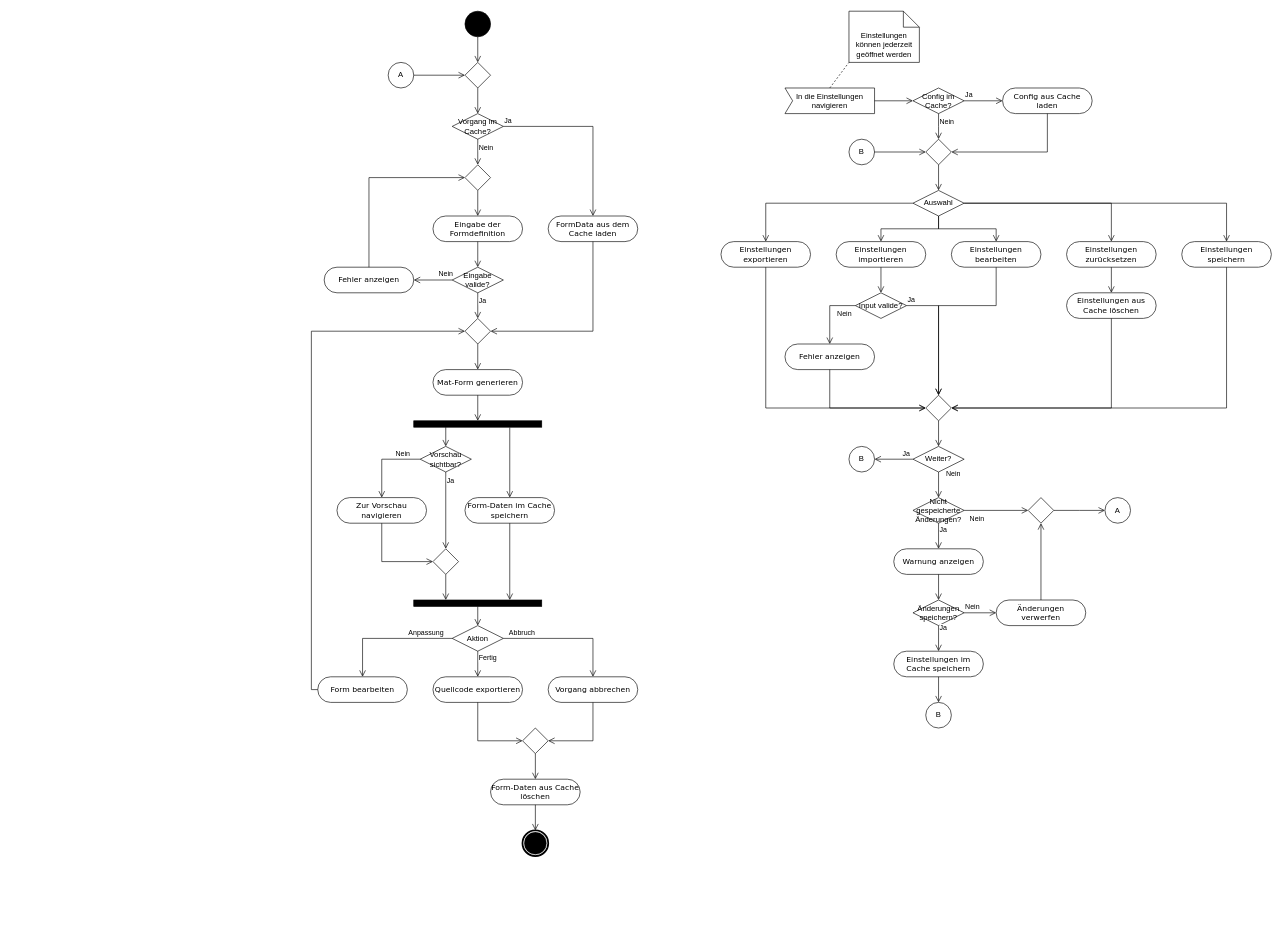
This is resources/Aktivitätsdiagramm.drawio from IfSince/major-project-resources, a draw.io file, before an edit. Source tidied: cells renumbered, new cells numbered last; positions are measured from the earlier drawing's top-left corner, leaving out a move shared by most shapes. Both pictures are drawn from the tidied source at 64%, with x=0, y=0 at pixel (317, 11).
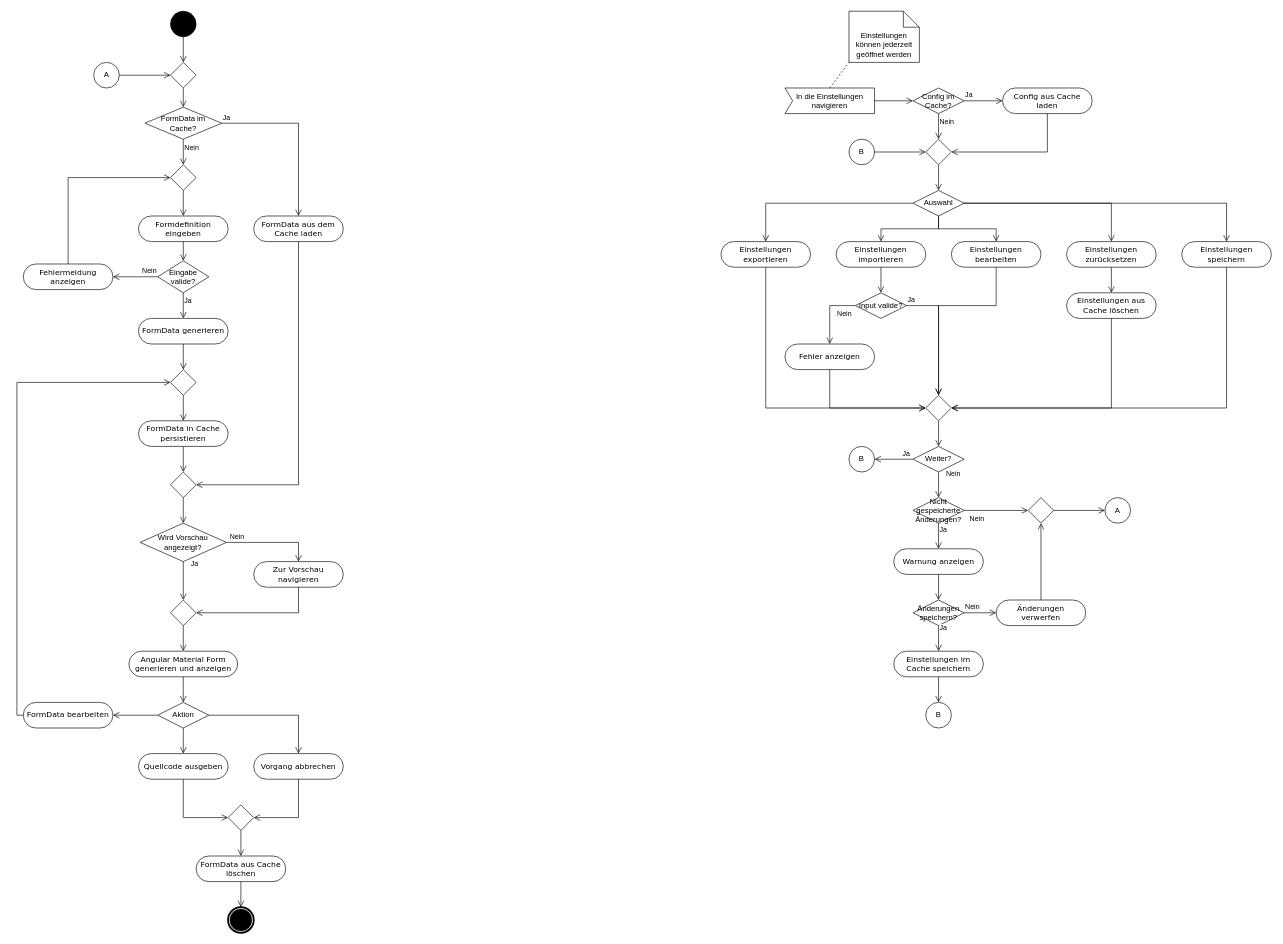
The same page after the edit.

Change to the diagram source:
```diff
@@
     <mxCell id="2" style="ellipse;whiteSpace=wrap;html=1;rounded=0;shadow=0;comic=0;labelBackgroundColor=none;strokeWidth=1;fillColor=#000000;fontFamily=Verdana;fontSize=12;align=center;" parent="1" vertex="1">
-      <mxGeometry x="230" width="40" height="40" as="geometry" />
+      <mxGeometry x="-230.1" width="40" height="40" as="geometry" />
     </mxCell>
-    <mxCell id="3" value="Vorgang im Cache?" style="rhombus;whiteSpace=wrap;html=1;" parent="1" vertex="1">
-      <mxGeometry x="210" y="160" width="80" height="40" as="geometry" />
+    <mxCell id="3" value="FormData im&lt;div&gt;Cache?&lt;/div&gt;" style="rhombus;whiteSpace=wrap;html=1;" parent="1" vertex="1">
+      <mxGeometry x="-270.1" y="150" width="120" height="50" as="geometry" />
     </mxCell>
@@
-    <mxCell id="7" value="Eingabe der Formdefinition" style="rounded=1;whiteSpace=wrap;html=1;shadow=0;comic=0;labelBackgroundColor=none;strokeWidth=1;fontFamily=Verdana;fontSize=12;align=center;arcSize=50;" parent="1" vertex="1">
-      <mxGeometry x="180" y="320" width="140" height="40" as="geometry" />
+    <mxCell id="7" value="Formdefinition eingeben" style="rounded=1;whiteSpace=wrap;html=1;shadow=0;comic=0;labelBackgroundColor=none;strokeWidth=1;fontFamily=Verdana;fontSize=12;align=center;arcSize=50;" parent="1" vertex="1">
+      <mxGeometry x="-280.1" y="320" width="140" height="40" as="geometry" />
     </mxCell>
     <mxCell id="8" value="FormData aus dem Cache laden" style="rounded=1;whiteSpace=wrap;html=1;shadow=0;comic=0;labelBackgroundColor=none;strokeWidth=1;fontFamily=Verdana;fontSize=12;align=center;arcSize=50;" parent="1" vertex="1">
-      <mxGeometry x="360" y="320" width="140" height="40" as="geometry" />
+      <mxGeometry x="-100.1" y="320" width="140" height="40" as="geometry" />
     </mxCell>
     <mxCell id="9" value="Eingabe valide?" style="rhombus;whiteSpace=wrap;html=1;" parent="1" vertex="1">
-      <mxGeometry x="210" y="400" width="80" height="40" as="geometry" />
+      <mxGeometry x="-250.1" y="390" width="80" height="50" as="geometry" />
     </mxCell>
@@
-    <mxCell id="11" value="Ja" style="edgeStyle=orthogonalEdgeStyle;html=1;align=left;verticalAlign=top;endArrow=open;endSize=8;strokeColor=#000000;rounded=0;" parent="1" edge="1" source="9" target="17">
+    <mxCell id="11" value="Ja" style="edgeStyle=orthogonalEdgeStyle;html=1;align=left;verticalAlign=top;endArrow=open;endSize=8;strokeColor=#000000;rounded=0;" parent="1" edge="1" source="9" target="118">
       <mxGeometry x="-1" relative="1" as="geometry" />
     </mxCell>
@@
-    <mxCell id="13" value="Fehler anzeigen" style="rounded=1;whiteSpace=wrap;html=1;shadow=0;comic=0;labelBackgroundColor=none;strokeWidth=1;fontFamily=Verdana;fontSize=12;align=center;arcSize=50;" parent="1" vertex="1">
-      <mxGeometry x="10" y="400" width="140" height="40" as="geometry" />
+    <mxCell id="13" value="Fehlermeldung anzeigen" style="rounded=1;whiteSpace=wrap;html=1;shadow=0;comic=0;labelBackgroundColor=none;strokeWidth=1;fontFamily=Verdana;fontSize=12;align=center;arcSize=50;" parent="1" vertex="1">
+      <mxGeometry x="-460.1" y="395" width="140" height="40" as="geometry" />
     </mxCell>
     <mxCell id="14" style="rhombus;whiteSpace=wrap;html=1;" parent="1" vertex="1">
-      <mxGeometry x="230" y="240" width="40" height="40" as="geometry" />
+      <mxGeometry x="-230.1" y="240" width="40" height="40" as="geometry" />
     </mxCell>
@@
-    <mxCell id="17" style="rhombus;whiteSpace=wrap;html=1;" parent="1" vertex="1">
-      <mxGeometry x="230" y="480" width="40" height="40" as="geometry" />
-    </mxCell>
-    <mxCell id="18" value="Mat-Form generieren" style="rounded=1;whiteSpace=wrap;html=1;shadow=0;comic=0;labelBackgroundColor=none;strokeWidth=1;fontFamily=Verdana;fontSize=12;align=center;arcSize=50;" parent="1" vertex="1">
-      <mxGeometry x="180" y="560" width="140" height="40" as="geometry" />
+    <mxCell id="18" value="Angular Material Form generieren und anzeigen" style="rounded=1;whiteSpace=wrap;html=1;shadow=0;comic=0;labelBackgroundColor=none;strokeWidth=1;fontFamily=Verdana;fontSize=12;align=center;arcSize=50;" parent="1" vertex="1">
+      <mxGeometry x="-295.1" y="1000" width="169.9" height="40" as="geometry" />
     </mxCell>
-    <mxCell id="19" style="edgeStyle=orthogonalEdgeStyle;html=1;align=left;verticalAlign=bottom;endArrow=open;endSize=8;strokeColor=#000000;rounded=0;exitX=0.5;exitY=1;exitDx=0;exitDy=0;entryX=0.5;entryY=0;entryDx=0;entryDy=0;" parent="1" edge="1" source="17" target="18">
-      <mxGeometry x="-1" relative="1" as="geometry" />
-    </mxCell>
-    <mxCell id="20" style="edgeStyle=orthogonalEdgeStyle;html=1;align=left;verticalAlign=bottom;endArrow=open;endSize=8;strokeColor=#000000;rounded=0;exitX=0.5;exitY=1;exitDx=0;exitDy=0;entryX=1;entryY=0.5;entryDx=0;entryDy=0;" parent="1" edge="1" source="8" target="17">
+    <mxCell id="20" style="edgeStyle=orthogonalEdgeStyle;html=1;align=left;verticalAlign=bottom;endArrow=open;endSize=8;strokeColor=#000000;rounded=0;exitX=0.5;exitY=1;exitDx=0;exitDy=0;entryX=1;entryY=0.5;entryDx=0;entryDy=0;" parent="1" edge="1" source="8" target="121">
       <mxGeometry x="-1" relative="1" as="geometry" />
     </mxCell>
-    <mxCell id="21" style="whiteSpace=wrap;html=1;rounded=0;shadow=0;comic=0;labelBackgroundColor=none;strokeWidth=1;fillColor=#000000;fontFamily=Verdana;fontSize=12;align=center;rotation=0;" parent="1" vertex="1">
-      <mxGeometry x="150" y="640" width="200" height="10" as="geometry" />
-    </mxCell>
-    <mxCell id="22" style="edgeStyle=orthogonalEdgeStyle;html=1;align=left;verticalAlign=bottom;endArrow=open;endSize=8;strokeColor=#000000;rounded=0;exitX=0.75;exitY=1.044;exitDx=0;exitDy=0;exitPerimeter=0;entryX=0.5;entryY=0;entryDx=0;entryDy=0;" parent="1" edge="1" source="21" target="25">
-      <mxGeometry x="-1" relative="1" as="geometry" />
-    </mxCell>
-    <mxCell id="23" style="edgeStyle=orthogonalEdgeStyle;html=1;align=left;verticalAlign=bottom;endArrow=open;endSize=8;strokeColor=#000000;rounded=0;exitX=0.5;exitY=1;exitDx=0;exitDy=0;entryX=0.5;entryY=0;entryDx=0;entryDy=0;" parent="1" edge="1" source="18" target="21">
-      <mxGeometry x="-1" relative="1" as="geometry" />
-    </mxCell>
-    <mxCell id="24" value="Zur Vorschau navigieren" style="rounded=1;whiteSpace=wrap;html=1;shadow=0;comic=0;labelBackgroundColor=none;strokeWidth=1;fontFamily=Verdana;fontSize=12;align=center;arcSize=50;" parent="1" vertex="1">
-      <mxGeometry x="30" y="760" width="140" height="40" as="geometry" />
-    </mxCell>
-    <mxCell id="25" value="Form-Daten im Cache speichern" style="rounded=1;whiteSpace=wrap;html=1;shadow=0;comic=0;labelBackgroundColor=none;strokeWidth=1;fontFamily=Verdana;fontSize=12;align=center;arcSize=50;" parent="1" vertex="1">
-      <mxGeometry x="230" y="760" width="140" height="40" as="geometry" />
-    </mxCell>
-    <mxCell id="26" style="whiteSpace=wrap;html=1;rounded=0;shadow=0;comic=0;labelBackgroundColor=none;strokeWidth=1;fillColor=#000000;fontFamily=Verdana;fontSize=12;align=center;rotation=0;" parent="1" vertex="1">
-      <mxGeometry x="150" y="920" width="200" height="10" as="geometry" />
-    </mxCell>
-    <mxCell id="27" style="edgeStyle=orthogonalEdgeStyle;html=1;align=left;verticalAlign=bottom;endArrow=open;endSize=8;strokeColor=#000000;rounded=0;exitX=0.5;exitY=1;exitDx=0;exitDy=0;" parent="1" edge="1" source="26" target="29">
-      <mxGeometry x="-1" relative="1" as="geometry" />
-    </mxCell>
-    <mxCell id="28" style="edgeStyle=orthogonalEdgeStyle;html=1;align=left;verticalAlign=bottom;endArrow=open;endSize=8;strokeColor=#000000;rounded=0;exitX=0.5;exitY=1;exitDx=0;exitDy=0;entryX=0.75;entryY=0;entryDx=0;entryDy=0;" parent="1" edge="1" source="25" target="26">
-      <mxGeometry x="-1" relative="1" as="geometry" />
-    </mxCell>
     <mxCell id="29" value="Aktion" style="rhombus;whiteSpace=wrap;html=1;" parent="1" vertex="1">
-      <mxGeometry x="210" y="960" width="80" height="40" as="geometry" />
+      <mxGeometry x="-250.1" y="1080" width="80" height="40" as="geometry" />
     </mxCell>
     <mxCell id="30" value="A" style="ellipse;whiteSpace=wrap;html=1;" parent="1" vertex="1">
-      <mxGeometry x="110" y="80" width="40" height="40" as="geometry" />
+      <mxGeometry x="-350.1" y="80" width="40" height="40" as="geometry" />
     </mxCell>
@@
-    <mxCell id="32" value="Form bearbeiten" style="rounded=1;whiteSpace=wrap;html=1;shadow=0;comic=0;labelBackgroundColor=none;strokeWidth=1;fontFamily=Verdana;fontSize=12;align=center;arcSize=50;" parent="1" vertex="1">
-      <mxGeometry y="1040" width="140" height="40" as="geometry" />
+    <mxCell id="32" value="FormData bearbeiten" style="rounded=1;whiteSpace=wrap;html=1;shadow=0;comic=0;labelBackgroundColor=none;strokeWidth=1;fontFamily=Verdana;fontSize=12;align=center;arcSize=50;" parent="1" vertex="1">
+      <mxGeometry x="-460.1" y="1080" width="140" height="40" as="geometry" />
     </mxCell>
-    <mxCell id="33" value="Quellcode exportieren" style="rounded=1;whiteSpace=wrap;html=1;shadow=0;comic=0;labelBackgroundColor=none;strokeWidth=1;fontFamily=Verdana;fontSize=12;align=center;arcSize=50;" parent="1" vertex="1">
-      <mxGeometry x="180" y="1040" width="140" height="40" as="geometry" />
+    <mxCell id="33" value="Quellcode ausgeben" style="rounded=1;whiteSpace=wrap;html=1;shadow=0;comic=0;labelBackgroundColor=none;strokeWidth=1;fontFamily=Verdana;fontSize=12;align=center;arcSize=50;" parent="1" vertex="1">
+      <mxGeometry x="-280.1" y="1160" width="140" height="40" as="geometry" />
     </mxCell>
     <mxCell id="34" value="Vorgang abbrechen" style="rounded=1;whiteSpace=wrap;html=1;shadow=0;comic=0;labelBackgroundColor=none;strokeWidth=1;fontFamily=Verdana;fontSize=12;align=center;arcSize=50;" parent="1" vertex="1">
-      <mxGeometry x="360" y="1040" width="140" height="40" as="geometry" />
+      <mxGeometry x="-100.1" y="1160" width="140" height="40" as="geometry" />
     </mxCell>
-    <mxCell id="35" value="Form-Daten aus Cache löschen" style="rounded=1;whiteSpace=wrap;html=1;shadow=0;comic=0;labelBackgroundColor=none;strokeWidth=1;fontFamily=Verdana;fontSize=12;align=center;arcSize=50;" parent="1" vertex="1">
-      <mxGeometry x="270" y="1200" width="140" height="40" as="geometry" />
+    <mxCell id="35" value="FormData aus Cache löschen" style="rounded=1;whiteSpace=wrap;html=1;shadow=0;comic=0;labelBackgroundColor=none;strokeWidth=1;fontFamily=Verdana;fontSize=12;align=center;arcSize=50;" parent="1" vertex="1">
+      <mxGeometry x="-190.1" y="1320" width="140" height="40" as="geometry" />
     </mxCell>
@@
-    <mxCell id="38" value="Fertig" style="edgeStyle=orthogonalEdgeStyle;html=1;align=left;verticalAlign=bottom;endArrow=open;endSize=8;strokeColor=#000000;rounded=0;entryX=0.5;entryY=0;entryDx=0;entryDy=0;exitX=0.5;exitY=1;exitDx=0;exitDy=0;" parent="1" edge="1" source="29" target="33">
+    <mxCell id="38" style="edgeStyle=orthogonalEdgeStyle;html=1;align=left;verticalAlign=bottom;endArrow=open;endSize=8;strokeColor=#000000;rounded=0;entryX=0.5;entryY=0;entryDx=0;entryDy=0;exitX=0.5;exitY=1;exitDx=0;exitDy=0;" parent="1" edge="1" source="29" target="33">
       <mxGeometry relative="1" as="geometry" />
     </mxCell>
-    <mxCell id="39" value="Anpassung" style="edgeStyle=orthogonalEdgeStyle;html=1;align=left;verticalAlign=bottom;endArrow=open;endSize=8;strokeColor=#000000;rounded=0;entryX=0.5;entryY=0;entryDx=0;entryDy=0;exitX=0;exitY=0.5;exitDx=0;exitDy=0;" parent="1" edge="1" source="29" target="32">
-      <mxGeometry x="-0.3" relative="1" as="geometry" />
+    <mxCell id="39" style="edgeStyle=orthogonalEdgeStyle;html=1;align=left;verticalAlign=bottom;endArrow=open;endSize=8;strokeColor=#000000;rounded=0;entryX=1;entryY=0.5;entryDx=0;entryDy=0;exitX=0;exitY=0.5;exitDx=0;exitDy=0;" parent="1" edge="1" source="29" target="32">
+      <mxGeometry x="0.43" relative="1" as="geometry" />
     </mxCell>
-    <mxCell id="40" value="Abbruch" style="edgeStyle=orthogonalEdgeStyle;html=1;align=left;verticalAlign=bottom;endArrow=open;endSize=8;strokeColor=#000000;rounded=0;exitX=1;exitY=0.5;exitDx=0;exitDy=0;entryX=0.5;entryY=0;entryDx=0;entryDy=0;" parent="1" edge="1" source="29" target="34">
+    <mxCell id="40" style="edgeStyle=orthogonalEdgeStyle;html=1;align=left;verticalAlign=bottom;endArrow=open;endSize=8;strokeColor=#000000;rounded=0;exitX=1;exitY=0.5;exitDx=0;exitDy=0;entryX=0.5;entryY=0;entryDx=0;entryDy=0;" parent="1" edge="1" source="29" target="34">
       <mxGeometry x="-0.93" relative="1" as="geometry" />
     </mxCell>
-    <mxCell id="41" style="edgeStyle=orthogonalEdgeStyle;html=1;align=left;verticalAlign=bottom;endArrow=open;endSize=8;strokeColor=#000000;rounded=0;entryX=0;entryY=0.5;entryDx=0;entryDy=0;exitX=0;exitY=0.5;exitDx=0;exitDy=0;" parent="1" edge="1" source="32" target="17">
+    <mxCell id="41" style="edgeStyle=orthogonalEdgeStyle;html=1;align=left;verticalAlign=bottom;endArrow=open;endSize=8;strokeColor=#000000;rounded=0;exitX=0;exitY=0.5;exitDx=0;exitDy=0;entryX=0;entryY=0.5;entryDx=0;entryDy=0;" parent="1" edge="1" source="32" target="17">
       <mxGeometry x="-1" relative="1" as="geometry" />
     </mxCell>
-    <mxCell id="42" value="Vorschau sichtbar?" style="rhombus;whiteSpace=wrap;html=1;" parent="1" vertex="1">
-      <mxGeometry x="160" y="680" width="80" height="40" as="geometry" />
-    </mxCell>
-    <mxCell id="43" value="Nein" style="edgeStyle=orthogonalEdgeStyle;html=1;align=left;verticalAlign=bottom;endArrow=open;endSize=8;strokeColor=#000000;rounded=0;entryX=0.5;entryY=0;entryDx=0;entryDy=0;exitX=0;exitY=0.5;exitDx=0;exitDy=0;" parent="1" edge="1" source="42" target="24">
-      <mxGeometry x="-0.33" relative="1" as="geometry" />
-    </mxCell>
-    <mxCell id="44" value="Ja" style="edgeStyle=orthogonalEdgeStyle;html=1;align=left;verticalAlign=top;endArrow=open;endSize=8;strokeColor=#000000;rounded=0;entryX=0.5;entryY=0;entryDx=0;entryDy=0;" parent="1" edge="1" source="42" target="46">
-      <mxGeometry x="-1" relative="1" as="geometry" />
-    </mxCell>
-    <mxCell id="45" style="edgeStyle=orthogonalEdgeStyle;html=1;align=left;verticalAlign=bottom;endArrow=open;endSize=8;strokeColor=#000000;rounded=0;exitX=0.25;exitY=1;exitDx=0;exitDy=0;entryX=0.5;entryY=0;entryDx=0;entryDy=0;" parent="1" edge="1" source="21" target="42">
-      <mxGeometry x="-1" relative="1" as="geometry" />
-    </mxCell>
-    <mxCell id="46" style="rhombus;whiteSpace=wrap;html=1;" parent="1" vertex="1">
-      <mxGeometry x="180" y="840" width="40" height="40" as="geometry" />
-    </mxCell>
-    <mxCell id="47" style="edgeStyle=orthogonalEdgeStyle;html=1;align=left;verticalAlign=bottom;endArrow=open;endSize=8;strokeColor=#000000;rounded=0;exitX=0.5;exitY=1;exitDx=0;exitDy=0;entryX=0;entryY=0.5;entryDx=0;entryDy=0;" parent="1" edge="1" source="24" target="46">
-      <mxGeometry x="-1" relative="1" as="geometry" />
-    </mxCell>
-    <mxCell id="48" style="edgeStyle=orthogonalEdgeStyle;html=1;align=left;verticalAlign=bottom;endArrow=open;endSize=8;strokeColor=#000000;rounded=0;entryX=0.25;entryY=0;entryDx=0;entryDy=0;exitX=0.5;exitY=1;exitDx=0;exitDy=0;" parent="1" edge="1" source="46" target="26">
+    <mxCell id="48" style="edgeStyle=orthogonalEdgeStyle;html=1;align=left;verticalAlign=bottom;endArrow=open;endSize=8;strokeColor=#000000;rounded=0;entryX=0.5;entryY=0;entryDx=0;entryDy=0;" parent="1" edge="1" source="18" target="29">
       <mxGeometry x="-1" relative="1" as="geometry" />
     </mxCell>
@@
     <mxCell id="103" style="rhombus;whiteSpace=wrap;html=1;" parent="1" vertex="1">
-      <mxGeometry x="320" y="1120" width="40" height="40" as="geometry" />
+      <mxGeometry x="-140.1" y="1240" width="40" height="40" as="geometry" />
     </mxCell>
     <mxCell id="104" style="shape=mxgraph.bpmn.shape;html=1;verticalLabelPosition=bottom;labelBackgroundColor=#ffffff;verticalAlign=top;perimeter=ellipsePerimeter;outline=end;symbol=terminate;rounded=0;shadow=0;comic=0;strokeWidth=1;fontFamily=Verdana;fontSize=12;align=center;" parent="1" vertex="1">
-      <mxGeometry x="320" y="1280" width="40" height="40" as="geometry" />
+      <mxGeometry x="-140.1" y="1400" width="40" height="40" as="geometry" />
     </mxCell>
@@
     <mxCell id="112" style="rhombus;whiteSpace=wrap;html=1;" parent="1" vertex="1">
-      <mxGeometry x="230" y="80" width="40" height="40" as="geometry" />
+      <mxGeometry x="-230.1" y="80" width="40" height="40" as="geometry" />
     </mxCell>
+    <mxCell id="113" value="Wird Vorschau angezeigt?" style="rhombus;whiteSpace=wrap;html=1;" parent="1" vertex="1">
+      <mxGeometry x="-277.6" y="800" width="135" height="60" as="geometry" />
+    </mxCell>
+    <mxCell id="24" value="Zur Vorschau navigieren" style="rounded=1;whiteSpace=wrap;html=1;shadow=0;comic=0;labelBackgroundColor=none;strokeWidth=1;fontFamily=Verdana;fontSize=12;align=center;arcSize=50;" parent="1" vertex="1">
+      <mxGeometry x="-100.1" y="860" width="140" height="40" as="geometry" />
+    </mxCell>
+    <mxCell id="43" value="Nein" style="edgeStyle=orthogonalEdgeStyle;html=1;align=left;verticalAlign=bottom;endArrow=open;endSize=8;strokeColor=#000000;rounded=0;entryX=0.5;entryY=0;entryDx=0;entryDy=0;exitX=1;exitY=0.5;exitDx=0;exitDy=0;" parent="1" edge="1" source="113" target="24">
+      <mxGeometry x="-0.95" relative="1" as="geometry" />
+    </mxCell>
+    <mxCell id="44" value="Ja" style="edgeStyle=orthogonalEdgeStyle;html=1;align=left;verticalAlign=top;endArrow=open;endSize=8;strokeColor=#000000;rounded=0;entryX=0.5;entryY=0;entryDx=0;entryDy=0;" parent="1" edge="1" source="113" target="114">
+      <mxGeometry x="-1" y="14" relative="1" as="geometry">
+        <mxPoint x="-4" y="-10" as="offset" />
+      </mxGeometry>
+    </mxCell>
+    <mxCell id="114" style="rhombus;whiteSpace=wrap;html=1;" parent="1" vertex="1">
+      <mxGeometry x="-230.1" y="920" width="40" height="40" as="geometry" />
+    </mxCell>
+    <mxCell id="115" style="edgeStyle=orthogonalEdgeStyle;html=1;align=left;verticalAlign=bottom;endArrow=open;endSize=8;strokeColor=#000000;rounded=0;exitX=0.5;exitY=1;exitDx=0;exitDy=0;entryX=1;entryY=0.5;entryDx=0;entryDy=0;" parent="1" edge="1" source="24" target="114">
+      <mxGeometry x="-1" relative="1" as="geometry" />
+    </mxCell>
+    <mxCell id="116" style="edgeStyle=orthogonalEdgeStyle;html=1;align=left;verticalAlign=bottom;endArrow=open;endSize=8;strokeColor=#000000;rounded=0;" parent="1" edge="1" source="114" target="18">
+      <mxGeometry x="-1" relative="1" as="geometry" />
+    </mxCell>
+    <mxCell id="117" value="FormData in Cache persistieren" style="rounded=1;whiteSpace=wrap;html=1;shadow=0;comic=0;labelBackgroundColor=none;strokeWidth=1;fontFamily=Verdana;fontSize=12;align=center;arcSize=50;" parent="1" vertex="1">
+      <mxGeometry x="-280.1" y="640" width="140" height="40" as="geometry" />
+    </mxCell>
+    <mxCell id="118" value="FormData generieren" style="rounded=1;whiteSpace=wrap;html=1;shadow=0;comic=0;labelBackgroundColor=none;strokeWidth=1;fontFamily=Verdana;fontSize=12;align=center;arcSize=50;" parent="1" vertex="1">
+      <mxGeometry x="-280.1" y="480" width="140" height="40" as="geometry" />
+    </mxCell>
+    <mxCell id="119" style="edgeStyle=orthogonalEdgeStyle;html=1;align=left;verticalAlign=bottom;endArrow=open;endSize=8;strokeColor=#000000;rounded=0;" parent="1" edge="1" source="17" target="117">
+      <mxGeometry x="-1" relative="1" as="geometry" />
+    </mxCell>
+    <mxCell id="120" style="edgeStyle=orthogonalEdgeStyle;html=1;align=left;verticalAlign=bottom;endArrow=open;endSize=8;strokeColor=#000000;rounded=0;exitX=0.5;exitY=1;exitDx=0;exitDy=0;" parent="1" edge="1" source="117" target="121">
+      <mxGeometry x="-1" relative="1" as="geometry" />
+    </mxCell>
+    <mxCell id="121" style="rhombus;whiteSpace=wrap;html=1;" parent="1" vertex="1">
+      <mxGeometry x="-230.1" y="720" width="40" height="40" as="geometry" />
+    </mxCell>
+    <mxCell id="122" style="edgeStyle=orthogonalEdgeStyle;html=1;align=left;verticalAlign=bottom;endArrow=open;endSize=8;strokeColor=#000000;rounded=0;" parent="1" edge="1" source="121" target="113">
+      <mxGeometry x="-1" relative="1" as="geometry" />
+    </mxCell>
+    <mxCell id="123" style="edgeStyle=orthogonalEdgeStyle;html=1;align=left;verticalAlign=bottom;endArrow=open;endSize=8;strokeColor=#000000;rounded=0;" parent="1" edge="1" source="118" target="17">
+      <mxGeometry x="-1" relative="1" as="geometry" />
+    </mxCell>
+    <mxCell id="17" style="rhombus;whiteSpace=wrap;html=1;" parent="1" vertex="1">
+      <mxGeometry x="-230.1" y="560" width="40" height="40" as="geometry" />
+    </mxCell>
```
